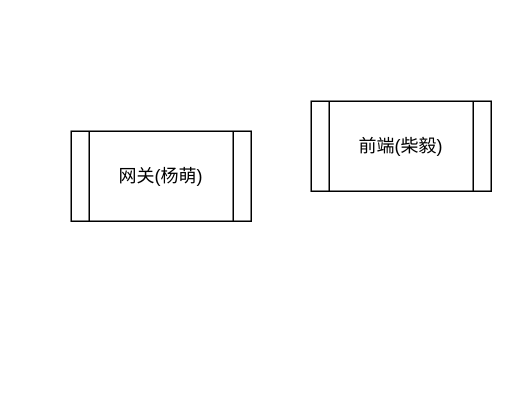
Earlier version of the draw.io diagram 工作汇报流程图.drawio (msb8080/my-diagrams). Source tidied: cells renumbered, new cells numbered last; positions are measured from the earlier drawing's top-left corner, leaving out a move shared by most shapes. Both pictures are drawn from the tidied source at 150%, with x=0, y=0 at pixel (70, 100).
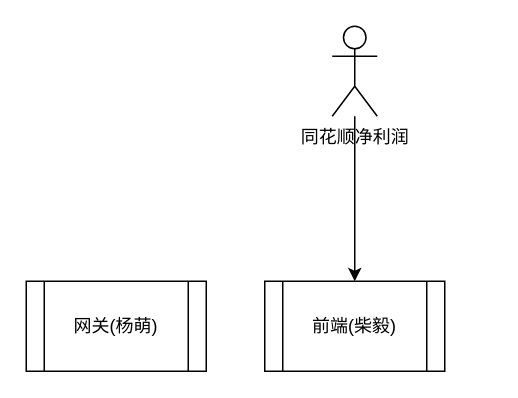
The same page after the edit.

Commit message (it also covers changes not shown here):
更新工作汇报流程图.drawio

Change to the diagram source:
```diff
@@
 <mxGraphModel>
   <root>
     <mxCell id="0" />
     <mxCell id="1" parent="0" />
     <mxCell id="2" value="网关(杨萌)" style="shape=process;whiteSpace=wrap;html=1;backgroundOutline=1;" parent="1" vertex="1">
-      <mxGeometry y="20" width="120" height="60" as="geometry" />
+      <mxGeometry x="-30" y="120" width="120" height="60" as="geometry" />
     </mxCell>
     <mxCell id="3" value="前端(柴毅)" style="shape=process;whiteSpace=wrap;html=1;backgroundOutline=1;" parent="1" vertex="1">
-      <mxGeometry x="160" width="120" height="60" as="geometry" />
+      <mxGeometry x="129" y="120" width="120" height="60" as="geometry" />
     </mxCell>
+    <mxCell id="4" style="edgeStyle=orthogonalEdgeStyle;rounded=0;jettySize=auto;html=1;" parent="1" edge="1" source="5" target="3">
+      <mxGeometry relative="1" as="geometry" />
+    </mxCell>
+    <mxCell id="5" value="同花顺净利润" style="shape=umlActor;verticalLabelPosition=bottom;verticalAlign=top;html=1;outlineConnect=0;" parent="1" vertex="1">
+      <mxGeometry x="174" y="-50" width="30" height="60" as="geometry" />
+    </mxCell>
   </root>
 </mxGraphModel>
```
